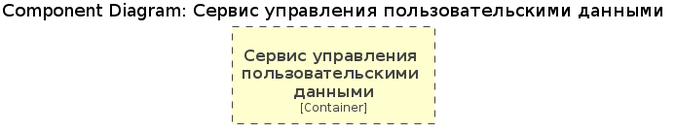
Above: schemas/C4/component/telemetry_service_compontnt_diagram.png in zergnk/architecture-pro-warmhouse (PlantUML), before the change. Its source is kept beside it as schemas/C4/component/telemetry_service_compontnt_diagram.puml. Its diagram source:
```plantuml
@startuml
title Component Diagram: Сервис управления пользовательскими данными

!include <C4/C4_Component.puml>

Container_Boundary(user_data_management_service, "Сервис управления пользовательскими данными")
@enduml
```
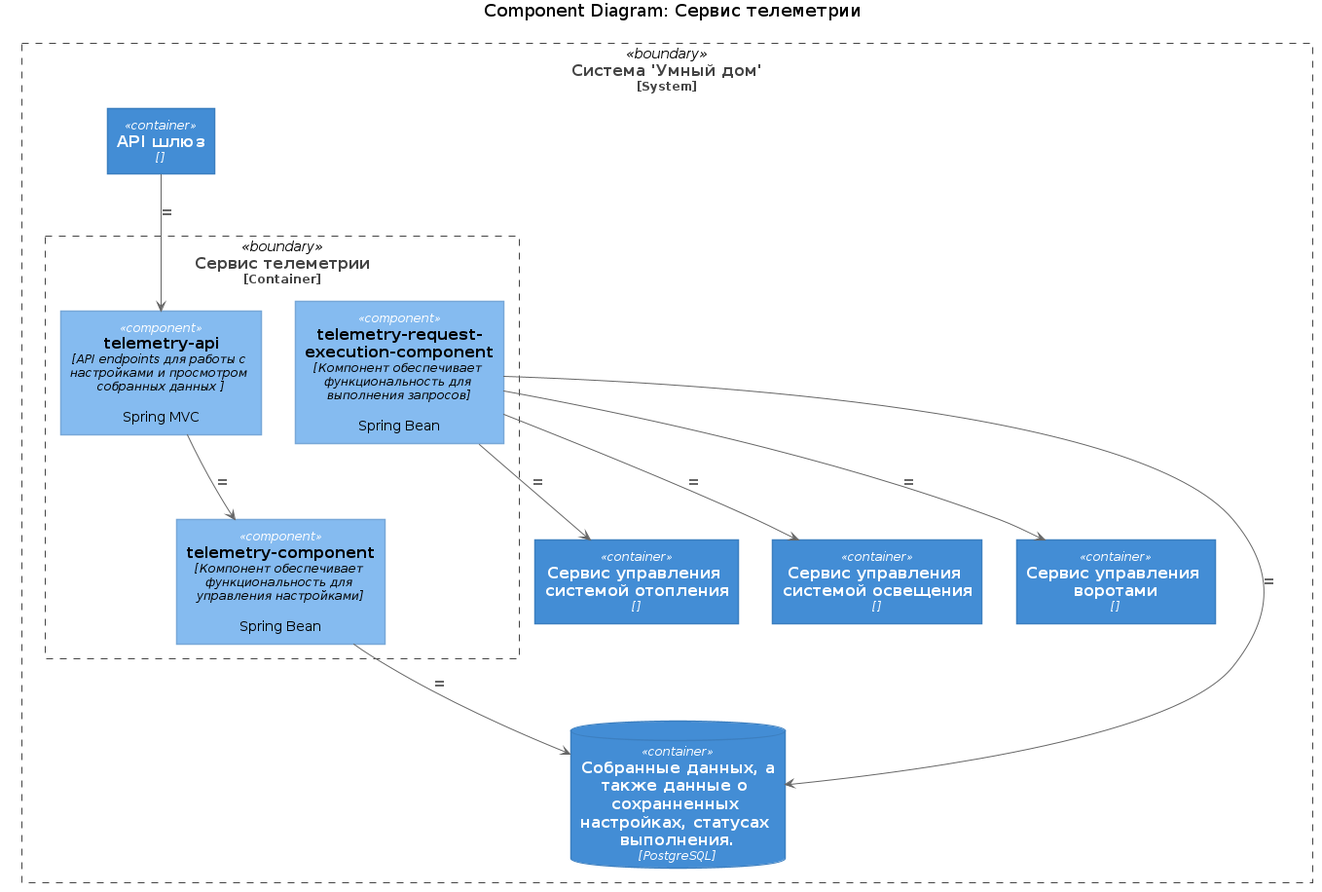
The same diagram one commit later.

Change to the diagram source:
```diff
@@ -1,7 +1,31 @@
 @startuml
-title Component Diagram: Сервис управления пользовательскими данными
+title Component Diagram: Сервис телеметрии
 
 !include <C4/C4_Component.puml>
 
-Container_Boundary(user_data_management_service, "Сервис управления пользовательскими данными")
+
+System_Boundary(smart_house, "Система 'Умный дом'") {
+    Container("api_gateway", "API шлюз", "")
+
+    Container_Boundary(user_data_management_service, "Сервис телеметрии") {
+        Component(component_telemetry_api, "telemetry-api", "API endpoints для работы с настройками и просмотром собранных данных ", "Spring MVC")
+        Component(component_telemetry, "telemetry-component", "Компонент обеспечивает функциональность для управления настройками", "Spring Bean")
+        Component(component_telemetry_execution, "telemetry-request-execution-component", "Компонент обеспечивает функциональность для выполнения запросов", "Spring Bean")
+    }
+
+    Container(container_heating_system, "Cервис управления системой отопления", "")
+    Container(container_lightning_system, "Cервис управления системой освещения", "")
+    Container(container_gates_system, "Cервис управления воротами", "")
+    ContainerDb(db, "Собранные данных, а также данные о сохранненных настройках, статусах выполнения.", "PostgreSQL")
+}
+
+Rel(api_gateway, component_telemetry_api, "")
+Rel(component_telemetry_api, component_telemetry, "")
+Rel(component_telemetry, db, "")
+
+Rel(component_telemetry_execution, container_heating_system, "")
+Rel(component_telemetry_execution, container_lightning_system, "")
+Rel(component_telemetry_execution, container_gates_system, "")
+Rel(component_telemetry_execution, db, "")
+
 @enduml
```
